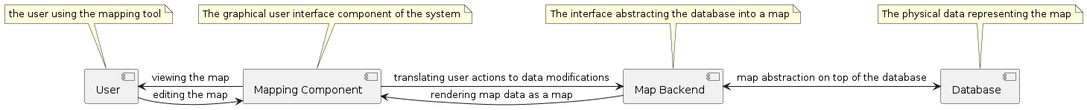
The PlantUML diagram diagrams/Context_Diagram.png in mapper1024/mapper1024, before a commit.
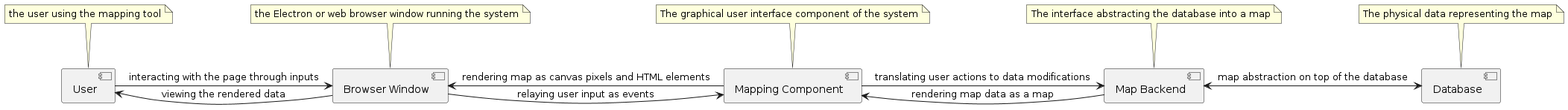
After the commit.

Commit message:
Add browser window to the context diagram.

Closes #50

Change to the diagram source:
```diff
@@ -1,12 +1,18 @@
 @startuml
-[User] <- [Mapping Component] : viewing the map
-[User] -> [Mapping Component] : editing the map
+[User] <- [Browser Window] : viewing the rendered data
+[User] -> [Browser Window] : interacting with the page through inputs
+[Browser Window] -> [Mapping Component] : relaying user input as events
+[Browser Window] <- [Mapping Component] : rendering map as canvas pixels and HTML elements
 [Mapping Component] <- [Map Backend] : rendering map data as a map
 [Mapping Component] -> [Map Backend] : translating user actions to data modifications
 [Map Backend] <-> [Database] : map abstraction on top of the database
 
 note top of User
 	the user using the mapping tool
+end note
+
+note top of [Browser Window]
+	the Electron or web browser window running the system
 end note
 
 note top of [Mapping Component]
```
